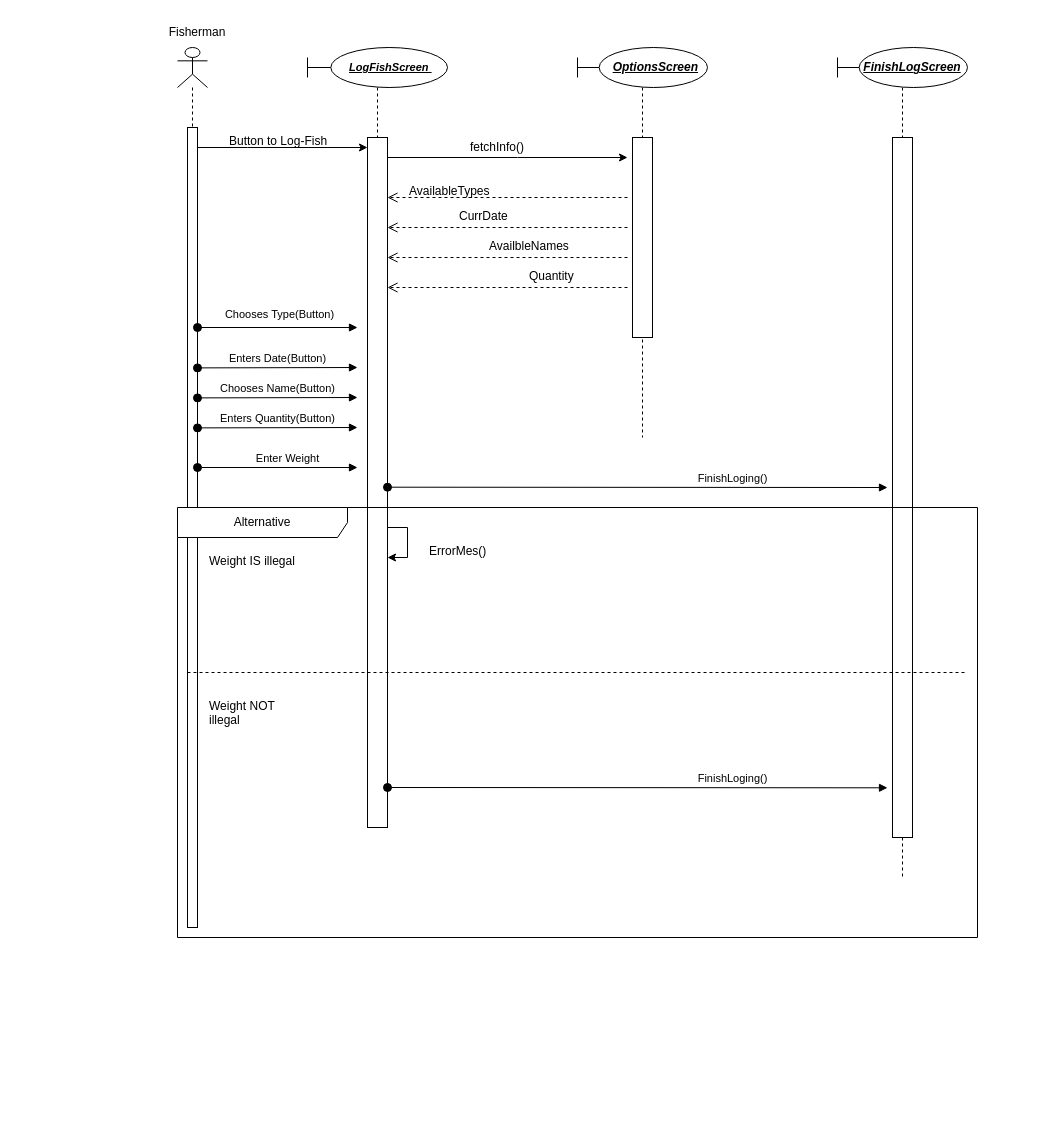
Above: Delivarable3/SequenceDiagram/Sequence_diag.drawio in TMCEID/SoftEngFishApp (draw.io), before the change. Source tidied: cells renumbered, new cells numbered last; positions are measured from the earlier drawing's top-left corner, leaving out a move shared by most shapes. Both pictures are drawn from the tidied source at 100%, with x=0, y=0 at pixel (167, 17).
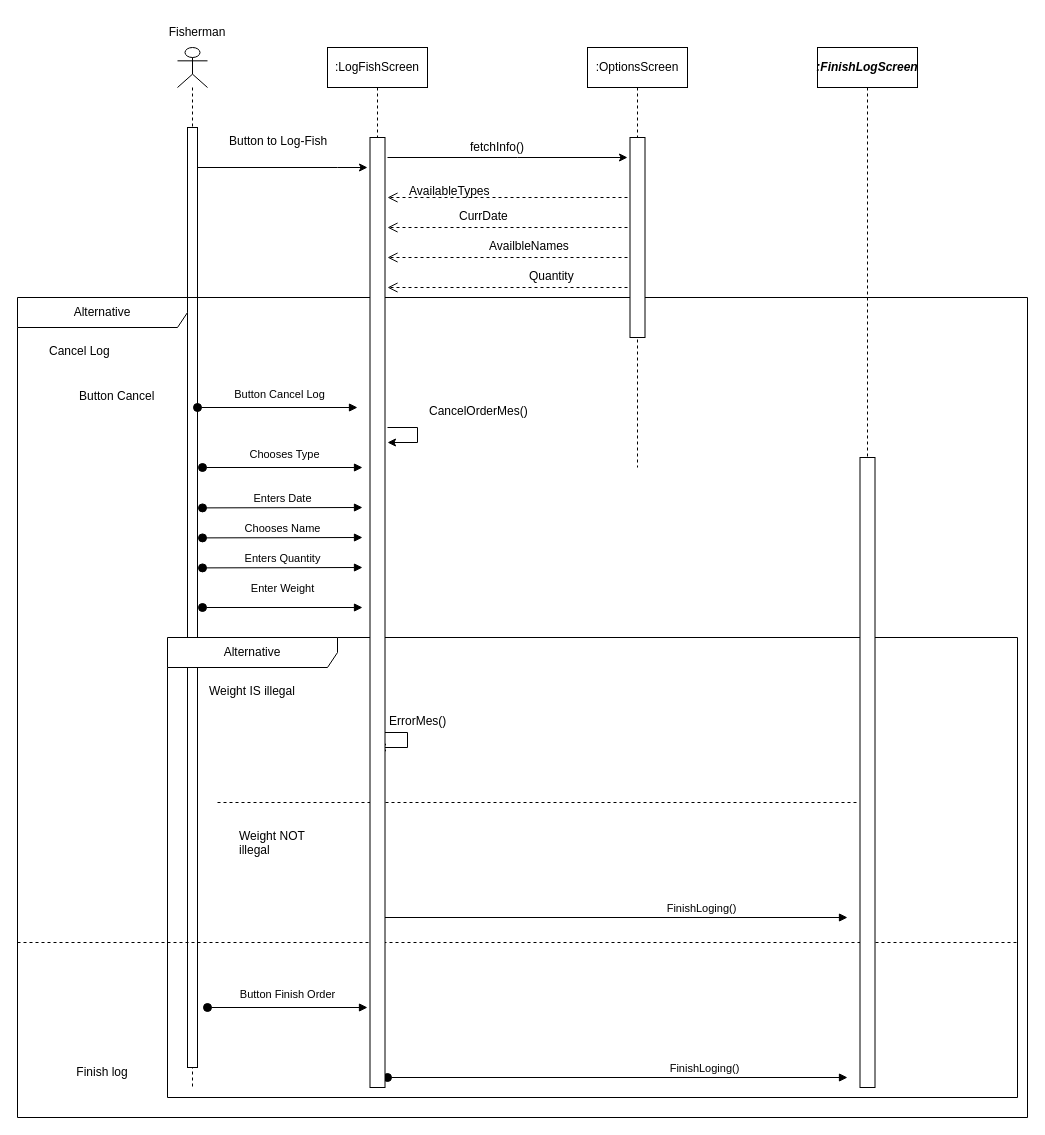
The same diagram, later.

Diff of the diagram source:
```diff
@@
     <mxCell id="2" style="shape=umlLifeline;perimeter=lifelinePerimeter;whiteSpace=wrap;html=1;newEdgeStyle={&quot;curved&quot;:0,&quot;rounded&quot;:0};participant=umlActor;" parent="1" vertex="1">
-      <mxGeometry x="10" y="30" width="30" height="880" as="geometry" />
+      <mxGeometry x="10" y="30" width="30" height="1040" as="geometry" />
     </mxCell>
     <mxCell id="3" style="html=1;points=[[0,0,0,0,5],[0,1,0,0,-5],[1,0,0,0,5],[1,1,0,0,-5]];perimeter=orthogonalPerimeter;outlineConnect=0;targetShapes=umlLifeline;portConstraint=eastwest;newEdgeStyle={&quot;curved&quot;:0,&quot;rounded&quot;:0};" parent="2" vertex="1">
-      <mxGeometry x="10" y="80" width="10" height="800" as="geometry" />
+      <mxGeometry x="10" y="80" width="10" height="940" as="geometry" />
     </mxCell>
-    <mxCell id="4" value="&lt;span style=&quot;white-space: pre;&quot;&gt;&#9;&lt;/span&gt;&lt;font style=&quot;font-size: 11px;&quot;&gt;&lt;b&gt;&lt;i&gt;&lt;u&gt;LogFishScreen&amp;nbsp; &lt;br&gt;&lt;/u&gt;&lt;/i&gt;&lt;/b&gt;&lt;/font&gt;" style="shape=umlLifeline;perimeter=lifelinePerimeter;whiteSpace=wrap;html=1;newEdgeStyle={&quot;curved&quot;:0,&quot;rounded&quot;:0};participant=umlBoundary;" parent="1" vertex="1">
-      <mxGeometry x="140" y="30" width="140" height="780" as="geometry" />
-    </mxCell>
-    <mxCell id="5" style="html=1;points=[[0,0,0,0,5],[0,1,0,0,-5],[1,0,0,0,5],[1,1,0,0,-5]];perimeter=orthogonalPerimeter;outlineConnect=0;targetShapes=umlLifeline;portConstraint=eastwest;newEdgeStyle={&quot;curved&quot;:0,&quot;rounded&quot;:0};" parent="4" vertex="1">
-      <mxGeometry x="60" y="90" width="20" height="690" as="geometry" />
-    </mxCell>
-    <mxCell id="6" style="edgeStyle=orthogonalEdgeStyle;rounded=0;orthogonalLoop=1;jettySize=auto;html=1;curved=0;" parent="4" edge="1" source="5" target="5">
-      <mxGeometry relative="1" as="geometry">
-        <Array as="points">
-          <mxPoint x="100" y="480" />
-          <mxPoint x="100" y="510" />
-        </Array>
-      </mxGeometry>
-    </mxCell>
@@
-    <mxCell id="8" value="&lt;span style=&quot;white-space: pre;&quot;&gt;&#9;&lt;/span&gt;&lt;b&gt;&lt;i&gt;&lt;u&gt;OptionsScreen&lt;/u&gt;&lt;/i&gt;&lt;/b&gt;" style="shape=umlLifeline;perimeter=lifelinePerimeter;whiteSpace=wrap;html=1;newEdgeStyle={&quot;curved&quot;:0,&quot;rounded&quot;:0};participant=umlBoundary;" parent="1" vertex="1">
-      <mxGeometry x="410" y="30" width="130" height="390" as="geometry" />
-    </mxCell>
-    <mxCell id="9" style="html=1;perimeter=orthogonalPerimeter;targetShapes=umlLifeline;newEdgeStyle={&quot;curved&quot;:0,&quot;rounded&quot;:0};" parent="8" vertex="1">
-      <mxGeometry x="55" y="90" width="20" height="200" as="geometry" />
-    </mxCell>
-    <mxCell id="10" value="&amp;nbsp;&amp;nbsp;&amp;nbsp;&amp;nbsp;&amp;nbsp; &lt;b&gt;&lt;i&gt;&lt;u&gt;FinishLogScreen&lt;/u&gt;&lt;/i&gt;&lt;/b&gt;" style="shape=umlLifeline;perimeter=lifelinePerimeter;whiteSpace=wrap;html=1;newEdgeStyle={&quot;curved&quot;:0,&quot;rounded&quot;:0};participant=umlBoundary;" parent="1" vertex="1">
-      <mxGeometry x="670" y="30" width="130" height="830" as="geometry" />
-    </mxCell>
-    <mxCell id="11" style="html=1;perimeter=orthogonalPerimeter;targetShapes=umlLifeline;newEdgeStyle={&quot;curved&quot;:0,&quot;rounded&quot;:0};" parent="10" vertex="1">
-      <mxGeometry x="55" y="90" width="20" height="700" as="geometry" />
-    </mxCell>
-    <mxCell id="12" style="edgeStyle=orthogonalEdgeStyle;rounded=0;jettySize=auto;html=1;curved=0;" parent="1" edge="1" source="3" target="5">
+    <mxCell id="12" style="edgeStyle=orthogonalEdgeStyle;rounded=0;jettySize=auto;html=1;curved=0;" parent="1" edge="1" source="3">
       <mxGeometry relative="1" as="geometry">
+        <mxPoint x="200" y="150" as="targetPoint" />
         <Array as="points">
-          <mxPoint x="80" y="130" />
-          <mxPoint x="80" y="130" />
+          <mxPoint x="170" y="150" />
+          <mxPoint x="170" y="150" />
         </Array>
       </mxGeometry>
     </mxCell>
     <mxCell id="13" value="Button to Log-Fish" style="text;whiteSpace=wrap;html=1;" parent="1" vertex="1">
-      <mxGeometry x="60" y="110" width="130" height="40" as="geometry" />
+      <mxGeometry x="60" y="110" width="110" height="10" as="geometry" />
     </mxCell>
-    <mxCell id="14" style="edgeStyle=orthogonalEdgeStyle;rounded=0;jettySize=auto;html=1;curved=0;" parent="1" edge="1" source="5">
+    <mxCell id="14" style="edgeStyle=orthogonalEdgeStyle;rounded=0;orthogonalLoop=1;jettySize=auto;html=1;curved=0;" parent="1" edge="1">
       <mxGeometry relative="1" as="geometry">
+        <mxPoint x="220" y="140" as="sourcePoint" />
         <mxPoint x="460" y="140" as="targetPoint" />
         <Array as="points">
           <mxPoint x="350" y="140" />
           <mxPoint x="350" y="140" />
         </Array>
       </mxGeometry>
     </mxCell>
@@
-    <mxCell id="24" value="Chooses Type(Button)" style="html=1;verticalAlign=bottom;startArrow=oval;startFill=1;endArrow=block;startSize=8;curved=0;rounded=0;" parent="1" edge="1">
+    <mxCell id="24" value="Chooses Type" style="html=1;verticalAlign=bottom;startArrow=oval;startFill=1;endArrow=block;startSize=8;curved=0;rounded=0;" parent="1" edge="1">
       <mxGeometry x="0.03" y="4" relative="1" as="geometry">
-        <mxPoint x="30" y="310" as="sourcePoint" />
-        <mxPoint x="190" y="310" as="targetPoint" />
+        <mxPoint x="35" y="450" as="sourcePoint" />
+        <mxPoint x="195" y="450" as="targetPoint" />
       </mxGeometry>
     </mxCell>
-    <mxCell id="25" value="Enters Date(Button)" style="html=1;verticalAlign=bottom;startArrow=oval;startFill=1;endArrow=block;startSize=8;curved=0;rounded=0;" parent="1" edge="1">
+    <mxCell id="25" value="Enters Date" style="html=1;verticalAlign=bottom;startArrow=oval;startFill=1;endArrow=block;startSize=8;curved=0;rounded=0;" parent="1" edge="1">
       <mxGeometry relative="1" as="geometry">
-        <mxPoint x="30" y="350.4" as="sourcePoint" />
-        <mxPoint x="190" y="350" as="targetPoint" />
+        <mxPoint x="35" y="490.4" as="sourcePoint" />
+        <mxPoint x="195" y="490" as="targetPoint" />
       </mxGeometry>
     </mxCell>
-    <mxCell id="26" value="Chooses Name(Button)" style="html=1;verticalAlign=bottom;startArrow=oval;startFill=1;endArrow=block;startSize=8;curved=0;rounded=0;" parent="1" edge="1">
+    <mxCell id="26" value="Chooses Name" style="html=1;verticalAlign=bottom;startArrow=oval;startFill=1;endArrow=block;startSize=8;curved=0;rounded=0;" parent="1" edge="1">
       <mxGeometry relative="1" as="geometry">
-        <mxPoint x="30" y="380.4" as="sourcePoint" />
-        <mxPoint x="190" y="380" as="targetPoint" />
+        <mxPoint x="35" y="520.4" as="sourcePoint" />
+        <mxPoint x="195" y="520" as="targetPoint" />
       </mxGeometry>
     </mxCell>
-    <mxCell id="27" value="Enters Quantity(Button)" style="html=1;verticalAlign=bottom;startArrow=oval;startFill=1;endArrow=block;startSize=8;curved=0;rounded=0;" parent="1" edge="1">
+    <mxCell id="27" value="Enters Quantity" style="html=1;verticalAlign=bottom;startArrow=oval;startFill=1;endArrow=block;startSize=8;curved=0;rounded=0;" parent="1" edge="1">
       <mxGeometry relative="1" as="geometry">
-        <mxPoint x="30" y="410.4" as="sourcePoint" />
-        <mxPoint x="190" y="410" as="targetPoint" />
+        <mxPoint x="35" y="550.4" as="sourcePoint" />
+        <mxPoint x="195" y="550" as="targetPoint" />
       </mxGeometry>
     </mxCell>
     <mxCell id="28" value="Enter Weight" style="html=1;verticalAlign=bottom;startArrow=oval;startFill=1;endArrow=block;startSize=8;curved=0;rounded=0;" parent="1" edge="1">
-      <mxGeometry x="0.12" relative="1" as="geometry">
-        <mxPoint x="30" y="450" as="sourcePoint" />
-        <mxPoint x="190" y="450" as="targetPoint" />
+      <mxGeometry y="10" relative="1" as="geometry">
+        <mxPoint x="35" y="590" as="sourcePoint" />
+        <mxPoint x="195" y="590" as="targetPoint" />
       </mxGeometry>
     </mxCell>
+    <mxCell id="35" value="Alternative" style="shape=umlFrame;whiteSpace=wrap;html=1;width=170;" parent="1" vertex="1">
+      <mxGeometry x="-150" y="280" width="1010" height="820" as="geometry" />
+    </mxCell>
+    <mxCell id="36" value="Cancel Log" style="text;html=1;" parent="35" vertex="1">
+      <mxGeometry width="100" height="20" relative="1" as="geometry">
+        <mxPoint x="30" y="40" as="offset" />
+      </mxGeometry>
+    </mxCell>
+    <mxCell id="37" value="Button Cancel " style="text;whiteSpace=wrap;html=1;" parent="35" vertex="1">
+      <mxGeometry x="60" y="85" width="120" height="25" as="geometry" />
+    </mxCell>
+    <mxCell id="38" value="Finish log" style="text;html=1;align=center;verticalAlign=middle;whiteSpace=wrap;rounded=0;" parent="35" vertex="1">
+      <mxGeometry x="50" y="760" width="70" height="30" as="geometry" />
+    </mxCell>
+    <mxCell id="39" value="CancelOrderMes()" style="text;whiteSpace=wrap;html=1;" parent="35" vertex="1">
+      <mxGeometry x="410" y="100" width="90" height="20" as="geometry" />
+    </mxCell>
+    <mxCell id="34" value="FinishLoging()" style="html=1;verticalAlign=bottom;startArrow=oval;startFill=1;endArrow=block;startSize=8;curved=0;rounded=0;" parent="35" edge="1">
+      <mxGeometry x="0.38" relative="1" as="geometry">
+        <mxPoint x="370" y="780" as="sourcePoint" />
+        <mxPoint x="830" y="780" as="targetPoint" />
+      </mxGeometry>
+    </mxCell>
-    <mxCell id="29" value="Alternative" style="shape=umlFrame;whiteSpace=wrap;html=1;width=170;" parent="1" vertex="1">
-      <mxGeometry x="10" y="490" width="800" height="430" as="geometry" />
+    <mxCell id="29" value="Alternative" style="shape=umlFrame;whiteSpace=wrap;html=1;width=170;" parent="35" vertex="1">
+      <mxGeometry x="150" y="340" width="850" height="460" as="geometry" />
     </mxCell>
     <mxCell id="30" value="Weight IS illegal" style="text;html=1;" parent="29" vertex="1">
       <mxGeometry width="100" height="20" relative="1" as="geometry">
-        <mxPoint x="30" y="40" as="offset" />
+        <mxPoint x="40" y="40" as="offset" />
       </mxGeometry>
     </mxCell>
     <mxCell id="31" value="Weight NOT&lt;br&gt;illegal" style="line;strokeWidth=1;dashed=1;labelPosition=center;verticalLabelPosition=bottom;align=left;verticalAlign=top;spacingLeft=20;spacingTop=15;html=1;whiteSpace=wrap;" parent="29" vertex="1">
-      <mxGeometry x="10" y="160" width="780" height="10" as="geometry" />
+      <mxGeometry x="50" y="160" width="640" height="10" as="geometry" />
     </mxCell>
     <mxCell id="32" value="FinishLoging()" style="html=1;verticalAlign=bottom;startArrow=oval;startFill=1;endArrow=block;startSize=8;curved=0;rounded=0;" parent="29" edge="1">
       <mxGeometry x="0.38" relative="1" as="geometry">
         <mxPoint x="210" y="280" as="sourcePoint" />
-        <mxPoint x="710" y="280.3" as="targetPoint" />
+        <mxPoint x="680" y="280" as="targetPoint" />
       </mxGeometry>
     </mxCell>
-    <mxCell id="33" value="ErrorMes()" style="text;whiteSpace=wrap;html=1;" parent="1" vertex="1">
-      <mxGeometry x="260" y="520" width="80" height="30" as="geometry" />
+    <mxCell id="33" value="ErrorMes()" style="text;whiteSpace=wrap;html=1;" parent="29" vertex="1">
+      <mxGeometry x="220" y="70" width="80" height="30" as="geometry" />
     </mxCell>
-    <mxCell id="34" value="FinishLoging()" style="html=1;verticalAlign=bottom;startArrow=oval;startFill=1;endArrow=block;startSize=8;curved=0;rounded=0;" parent="1" edge="1">
-      <mxGeometry x="0.38" relative="1" as="geometry">
-        <mxPoint x="220" y="469.7" as="sourcePoint" />
-        <mxPoint x="720" y="470" as="targetPoint" />
-      </mxGeometry>
-    </mxCell>
+    <mxCell id="40" style="edgeStyle=orthogonalEdgeStyle;rounded=0;orthogonalLoop=1;jettySize=auto;html=1;curved=0;" parent="29" edge="1">
+      <mxGeometry relative="1" as="geometry">
+        <mxPoint x="210" y="95" as="sourcePoint" />
+        <mxPoint x="210" y="110" as="targetPoint" />
+        <Array as="points">
+          <mxPoint x="240" y="95" />
+          <mxPoint x="240" y="110" />
+        </Array>
+      </mxGeometry>
+    </mxCell>
+    <mxCell id="41" style="line;strokeWidth=1;dashed=1;labelPosition=center;verticalLabelPosition=bottom;align=left;verticalAlign=top;spacingLeft=20;spacingTop=15;html=1;whiteSpace=wrap;" parent="29" vertex="1">
+      <mxGeometry x="-150" y="300" width="1000" height="10" as="geometry" />
+    </mxCell>
+    <mxCell id="42" value="Button Finish Order" style="html=1;verticalAlign=bottom;startArrow=oval;startFill=1;endArrow=block;startSize=8;curved=0;rounded=0;" parent="29" edge="1">
+      <mxGeometry y="5" relative="1" as="geometry">
+        <mxPoint x="40" y="370" as="sourcePoint" />
+        <mxPoint x="200" y="370" as="targetPoint" />
+        <mxPoint y="1" as="offset" />
+      </mxGeometry>
+    </mxCell>
+    <mxCell id="43" style="edgeStyle=orthogonalEdgeStyle;rounded=0;orthogonalLoop=1;jettySize=auto;html=1;curved=0;" parent="35" edge="1">
+      <mxGeometry relative="1" as="geometry">
+        <mxPoint x="370" y="130" as="sourcePoint" />
+        <mxPoint x="370" y="145" as="targetPoint" />
+        <Array as="points">
+          <mxPoint x="400" y="130" />
+          <mxPoint x="400" y="145" />
+        </Array>
+      </mxGeometry>
+    </mxCell>
+    <mxCell id="44" value="Button Cancel Log" style="html=1;verticalAlign=bottom;startArrow=oval;startFill=1;endArrow=block;startSize=8;curved=0;rounded=0;" parent="35" edge="1">
+      <mxGeometry x="0.03" y="4" relative="1" as="geometry">
+        <mxPoint x="180" y="110" as="sourcePoint" />
+        <mxPoint x="340" y="110" as="targetPoint" />
+      </mxGeometry>
+    </mxCell>
+    <mxCell id="45" value="&lt;b&gt;&lt;i&gt;:FinishLogScreen&lt;/i&gt;&lt;/b&gt;" style="shape=umlLifeline;perimeter=lifelinePerimeter;whiteSpace=wrap;html=1;newEdgeStyle={&quot;curved&quot;:0,&quot;rounded&quot;:0};" parent="1" vertex="1">
+      <mxGeometry x="650" y="30" width="100" height="1040" as="geometry" />
+    </mxCell>
+    <mxCell id="46" style="html=1;perimeter=orthogonalPerimeter;targetShapes=umlLifeline;newEdgeStyle={&quot;curved&quot;:0,&quot;rounded&quot;:0};" parent="45" vertex="1">
+      <mxGeometry x="42.5" y="410" width="15" height="630" as="geometry" />
+    </mxCell>
+    <mxCell id="47" value=":OptionsScreen" style="shape=umlLifeline;perimeter=lifelinePerimeter;whiteSpace=wrap;html=1;newEdgeStyle={&quot;curved&quot;:0,&quot;rounded&quot;:0};" parent="1" vertex="1">
+      <mxGeometry x="420" y="30" width="100" height="420" as="geometry" />
+    </mxCell>
+    <mxCell id="48" style="html=1;perimeter=orthogonalPerimeter;targetShapes=umlLifeline;newEdgeStyle={&quot;curved&quot;:0,&quot;rounded&quot;:0};" parent="47" vertex="1">
+      <mxGeometry x="42.5" y="90" width="15" height="200" as="geometry" />
+    </mxCell>
+    <mxCell id="49" value=":LogFishScreen" style="shape=umlLifeline;perimeter=lifelinePerimeter;whiteSpace=wrap;html=1;newEdgeStyle={&quot;curved&quot;:0,&quot;rounded&quot;:0};" parent="1" vertex="1">
+      <mxGeometry x="160" y="30" width="100" height="1040" as="geometry" />
+    </mxCell>
+    <mxCell id="50" style="html=1;perimeter=orthogonalPerimeter;targetShapes=umlLifeline;newEdgeStyle={&quot;curved&quot;:0,&quot;rounded&quot;:0};" parent="49" vertex="1">
+      <mxGeometry x="42.5" y="90" width="15" height="950" as="geometry" />
+    </mxCell>
```
